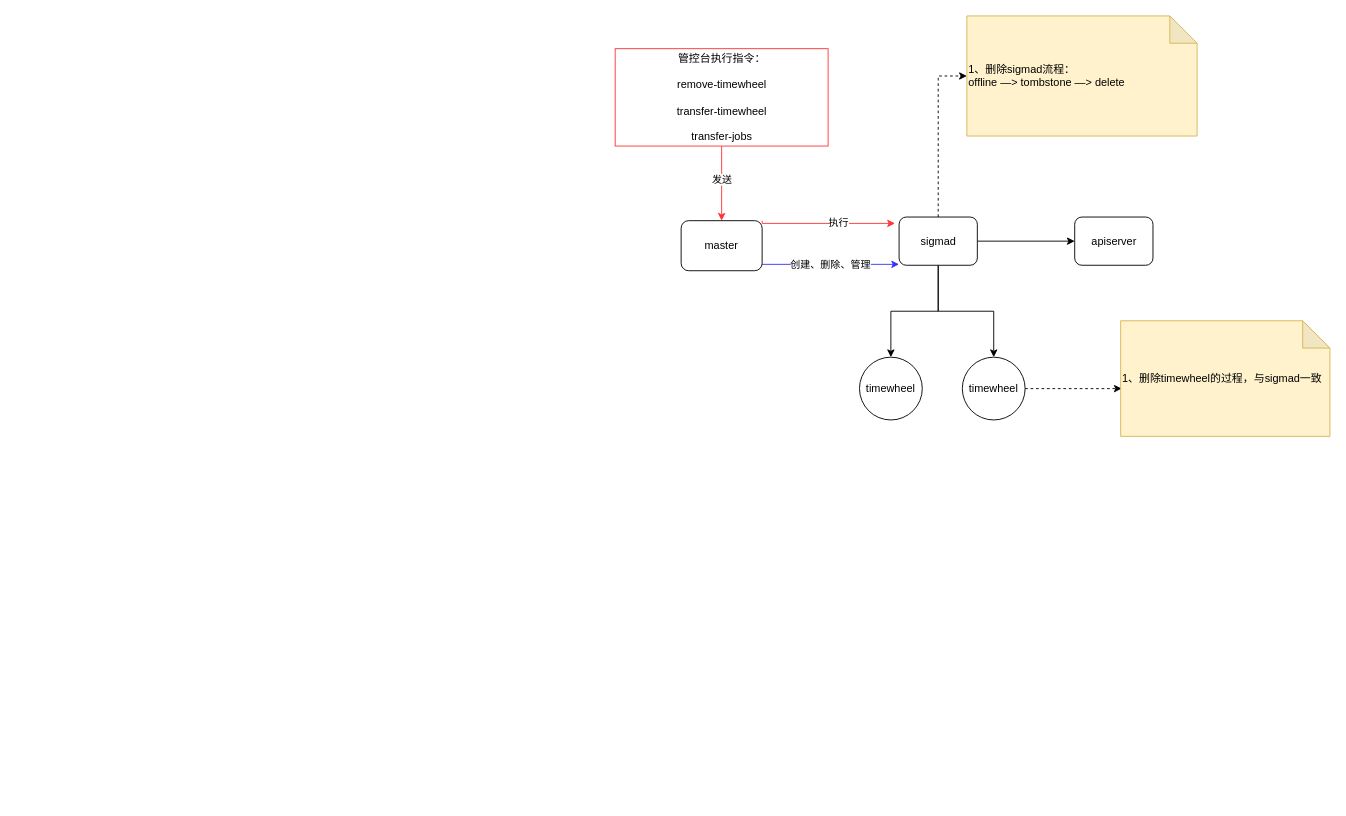
This is sigmax.drawio from gitcodeporter/draw-uml, a draw.io file, before an edit. Source tidied: cells renumbered, new cells numbered last; positions are measured from the earlier drawing's top-left corner, leaving out a move shared by most shapes. Both pictures are drawn from the tidied source at 91%, with x=0, y=0 at pixel (614, 15).
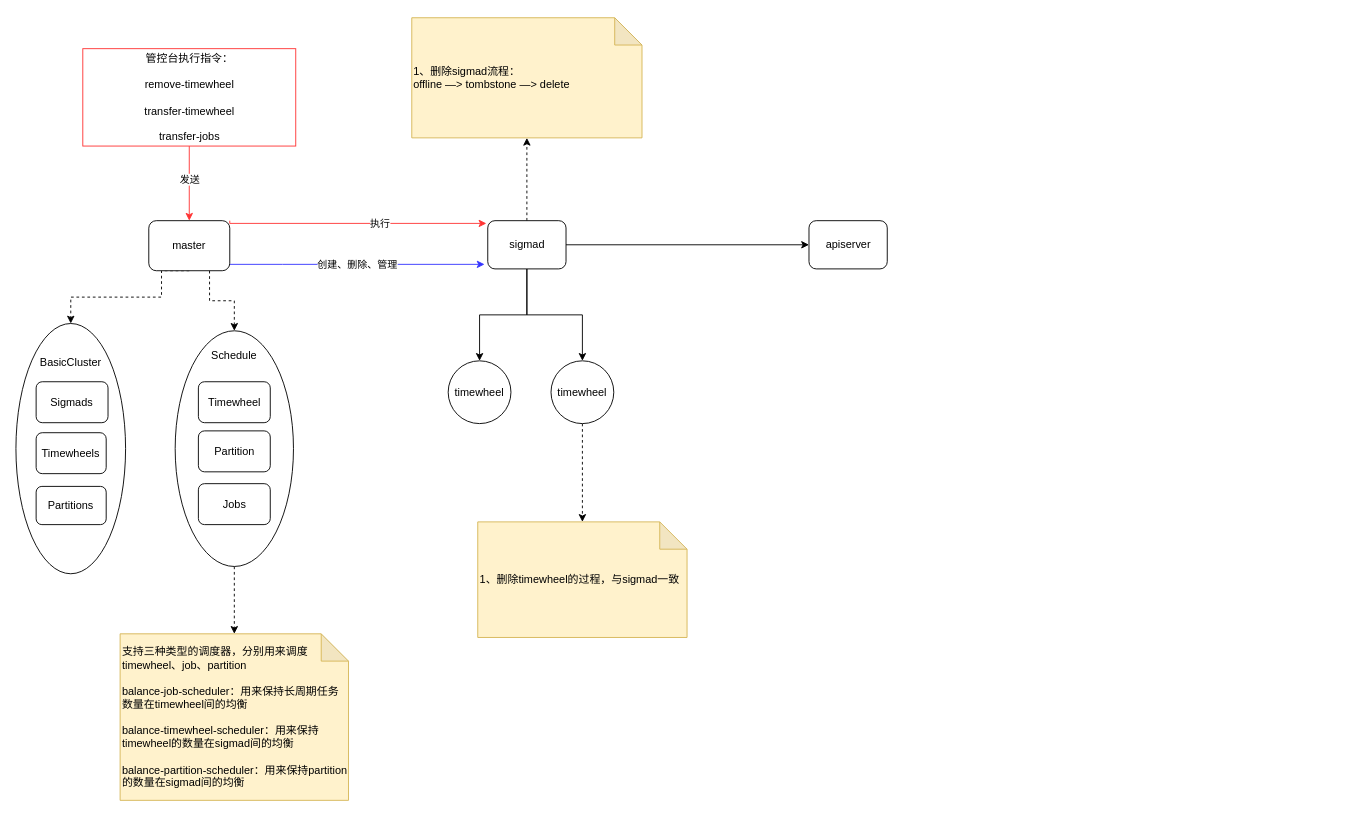
The same diagram, later.

What changed in the source:
```diff
@@
+    <mxCell id="20" value="&lt;br&gt;&lt;br&gt;BasicCluster" style="ellipse;whiteSpace=wrap;html=1;strokeColor=#000000;gradientColor=none;verticalAlign=top;" parent="1" vertex="1">
+      <mxGeometry x="-658" y="338" width="120.5" height="275" as="geometry" />
+    </mxCell>
-    <mxCell id="2" value="创建、删除、管理" style="edgeStyle=orthogonalEdgeStyle;rounded=0;jettySize=auto;html=1;strokeColor=#3333FF;" parent="1" edge="1" source="5" target="10">
+    <mxCell id="2" value="创建、删除、管理" style="edgeStyle=orthogonalEdgeStyle;rounded=0;jettySize=auto;html=1;strokeColor=#3333FF;" parent="1" edge="1" source="5">
       <mxGeometry relative="1" as="geometry">
+        <mxPoint x="-143" y="273" as="targetPoint" />
         <Array as="points">
-          <mxPoint x="220" y="273" />
-          <mxPoint x="220" y="273" />
+          <mxPoint x="-365" y="273" />
+          <mxPoint x="-365" y="273" />
         </Array>
       </mxGeometry>
     </mxCell>
-    <mxCell id="3" style="edgeStyle=orthogonalEdgeStyle;rounded=0;jettySize=auto;html=1;exitX=1;exitY=0;exitDx=0;exitDy=0;entryX=-0.052;entryY=0.132;entryDx=0;entryDy=0;entryPerimeter=0;strokeColor=#FF3333;" parent="1" edge="1" source="5" target="10">
+    <mxCell id="3" style="edgeStyle=orthogonalEdgeStyle;rounded=0;jettySize=auto;html=1;exitX=1;exitY=0;exitDx=0;exitDy=0;strokeColor=#FF3333;" parent="1" edge="1" source="5">
       <mxGeometry relative="1" as="geometry">
+        <mxPoint x="-141" y="228" as="targetPoint" />
         <Array as="points">
-          <mxPoint x="162" y="228" />
+          <mxPoint x="-423" y="228" />
         </Array>
       </mxGeometry>
     </mxCell>
@@
+    <mxCell id="21" style="edgeStyle=orthogonalEdgeStyle;rounded=0;jettySize=auto;html=1;exitX=0.5;exitY=1;exitDx=0;exitDy=0;entryX=0.5;entryY=0;entryDx=0;entryDy=0;dashed=1;strokeColor=#000000;" parent="1" edge="1" source="5" target="20">
+      <mxGeometry relative="1" as="geometry">
+        <Array as="points">
+          <mxPoint x="-498" y="280" />
+          <mxPoint x="-498" y="309" />
+          <mxPoint x="-598" y="309" />
+        </Array>
+      </mxGeometry>
+    </mxCell>
+    <mxCell id="22" style="edgeStyle=orthogonalEdgeStyle;rounded=0;jettySize=auto;html=1;exitX=0.75;exitY=1;exitDx=0;exitDy=0;entryX=0.5;entryY=0;entryDx=0;entryDy=0;dashed=1;strokeColor=#000000;" parent="1" edge="1" source="5" target="27">
+      <mxGeometry relative="1" as="geometry" />
+    </mxCell>
     <mxCell id="5" value="master" style="rounded=1;whiteSpace=wrap;html=1;" parent="1" vertex="1">
-      <mxGeometry x="73" y="225" width="89" height="55" as="geometry" />
+      <mxGeometry x="-512" y="225" width="89" height="55" as="geometry" />
     </mxCell>
@@
-    <mxCell id="9" style="edgeStyle=orthogonalEdgeStyle;rounded=0;jettySize=auto;html=1;entryX=0;entryY=0.5;entryDx=0;entryDy=0;entryPerimeter=0;dashed=1;" parent="1" edge="1" source="10" target="18">
+    <mxCell id="9" style="edgeStyle=orthogonalEdgeStyle;rounded=0;jettySize=auto;html=1;entryX=0.5;entryY=1;entryDx=0;entryDy=0;entryPerimeter=0;dashed=1;strokeColor=#000000;" parent="1" edge="1" source="10" target="18">
       <mxGeometry relative="1" as="geometry" />
     </mxCell>
     <mxCell id="10" value="sigmad" style="rounded=1;whiteSpace=wrap;html=1;" parent="1" vertex="1">
-      <mxGeometry x="312.5" y="221" width="86" height="53" as="geometry" />
+      <mxGeometry x="-139.5" y="225" width="86" height="53" as="geometry" />
     </mxCell>
     <mxCell id="11" value="apiserver" style="rounded=1;whiteSpace=wrap;html=1;" parent="1" vertex="1">
-      <mxGeometry x="505.5" y="221" width="86" height="53" as="geometry" />
+      <mxGeometry x="213.5" y="225" width="86" height="53" as="geometry" />
     </mxCell>
     <mxCell id="12" value="timewheel" style="ellipse;whiteSpace=wrap;html=1;" parent="1" vertex="1">
-      <mxGeometry x="269" y="375" width="69" height="69" as="geometry" />
+      <mxGeometry x="-183" y="379" width="69" height="69" as="geometry" />
     </mxCell>
-    <mxCell id="13" style="edgeStyle=orthogonalEdgeStyle;rounded=0;jettySize=auto;html=1;entryX=0.005;entryY=0.587;entryDx=0;entryDy=0;entryPerimeter=0;dashed=1;strokeColor=#000000;" parent="1" edge="1" source="14" target="19">
+    <mxCell id="13" style="edgeStyle=orthogonalEdgeStyle;rounded=0;jettySize=auto;html=1;dashed=1;strokeColor=#000000;" parent="1" edge="1" source="14" target="19">
       <mxGeometry relative="1" as="geometry" />
     </mxCell>
     <mxCell id="14" value="timewheel" style="ellipse;whiteSpace=wrap;html=1;" parent="1" vertex="1">
-      <mxGeometry x="382" y="375" width="69" height="69" as="geometry" />
+      <mxGeometry x="-70" y="379" width="69" height="69" as="geometry" />
     </mxCell>
@@
     <mxCell id="17" value="管控台执行指令：&lt;br&gt;&lt;br&gt;remove-timewheel&lt;br&gt;&lt;br&gt;transfer-timewheel&lt;br&gt;&lt;br&gt;transfer-jobs" style="rounded=0;whiteSpace=wrap;html=1;strokeColor=#FF3333;" parent="1" vertex="1">
-      <mxGeometry x="0.5" y="36" width="234" height="107" as="geometry" />
+      <mxGeometry x="-584.5" y="36" width="234" height="107" as="geometry" />
     </mxCell>
     <mxCell id="18" value="1、删除sigmad流程：&lt;br&gt;offline —&amp;gt; tombstone —&amp;gt; delete" style="shape=note;whiteSpace=wrap;html=1;backgroundOutline=1;darkOpacity=0.05;fillColor=#fff2cc;strokeColor=#d6b656;align=left;" parent="1" vertex="1">
-      <mxGeometry x="387" width="253" height="132" as="geometry" />
+      <mxGeometry x="-223" y="2" width="253" height="132" as="geometry" />
     </mxCell>
     <mxCell id="19" value="1、删除timewheel的过程，与sigmad一致" style="shape=note;whiteSpace=wrap;html=1;backgroundOutline=1;darkOpacity=0.05;strokeColor=#d6b656;fillColor=#fff2cc;align=left;" parent="1" vertex="1">
-      <mxGeometry x="556" y="335" width="230" height="127" as="geometry" />
+      <mxGeometry x="-150.5" y="556" width="230" height="127" as="geometry" />
     </mxCell>
+    <mxCell id="23" value="Sigmads" style="rounded=1;whiteSpace=wrap;html=1;strokeColor=#000000;gradientColor=none;" parent="1" vertex="1">
+      <mxGeometry x="-635.8" y="402" width="79" height="45" as="geometry" />
+    </mxCell>
+    <mxCell id="24" value="Timewheels" style="rounded=1;whiteSpace=wrap;html=1;strokeColor=#000000;gradientColor=none;" parent="1" vertex="1">
+      <mxGeometry x="-635.8" y="458" width="77" height="45" as="geometry" />
+    </mxCell>
+    <mxCell id="25" value="Partitions" style="rounded=1;whiteSpace=wrap;html=1;strokeColor=#000000;gradientColor=none;" parent="1" vertex="1">
+      <mxGeometry x="-635.8" y="517" width="77" height="42" as="geometry" />
+    </mxCell>
+    <mxCell id="26" style="edgeStyle=orthogonalEdgeStyle;rounded=0;jettySize=auto;html=1;exitX=0.5;exitY=1;exitDx=0;exitDy=0;dashed=1;strokeColor=#000000;" parent="1" edge="1" source="27" target="31">
+      <mxGeometry relative="1" as="geometry" />
+    </mxCell>
+    <mxCell id="27" value="&lt;br&gt;Schedule" style="ellipse;whiteSpace=wrap;html=1;strokeColor=#000000;gradientColor=none;verticalAlign=top;" parent="1" vertex="1">
+      <mxGeometry x="-483" y="346" width="130" height="259" as="geometry" />
+    </mxCell>
+    <mxCell id="28" value="Timewheel" style="rounded=1;whiteSpace=wrap;html=1;strokeColor=#000000;gradientColor=none;" parent="1" vertex="1">
+      <mxGeometry x="-457.5" y="402" width="79" height="45" as="geometry" />
+    </mxCell>
+    <mxCell id="29" value="Partition" style="rounded=1;whiteSpace=wrap;html=1;strokeColor=#000000;gradientColor=none;" parent="1" vertex="1">
+      <mxGeometry x="-457.5" y="456" width="79" height="45" as="geometry" />
+    </mxCell>
+    <mxCell id="30" value="Jobs" style="rounded=1;whiteSpace=wrap;html=1;strokeColor=#000000;gradientColor=none;" parent="1" vertex="1">
+      <mxGeometry x="-457.5" y="514" width="79" height="45" as="geometry" />
+    </mxCell>
+    <mxCell id="31" value="支持三种类型的调度器，分别用来调度timewheel、job、partition&lt;br&gt;&lt;br&gt;balance-job-scheduler：用来保持长周期任务数量在timewheel间的均衡&lt;br&gt;&lt;br&gt;balance-timewheel-scheduler：用来保持timewheel的数量在sigmad间的均衡&lt;br&gt;&lt;br&gt;balance-partition-scheduler：用来保持partition的数量在sigmad间的均衡" style="shape=note;whiteSpace=wrap;html=1;backgroundOutline=1;darkOpacity=0.05;strokeColor=#d6b656;fillColor=#fff2cc;align=left;" parent="1" vertex="1">
+      <mxGeometry x="-543.5" y="679" width="251" height="183" as="geometry" />
+    </mxCell>
```
